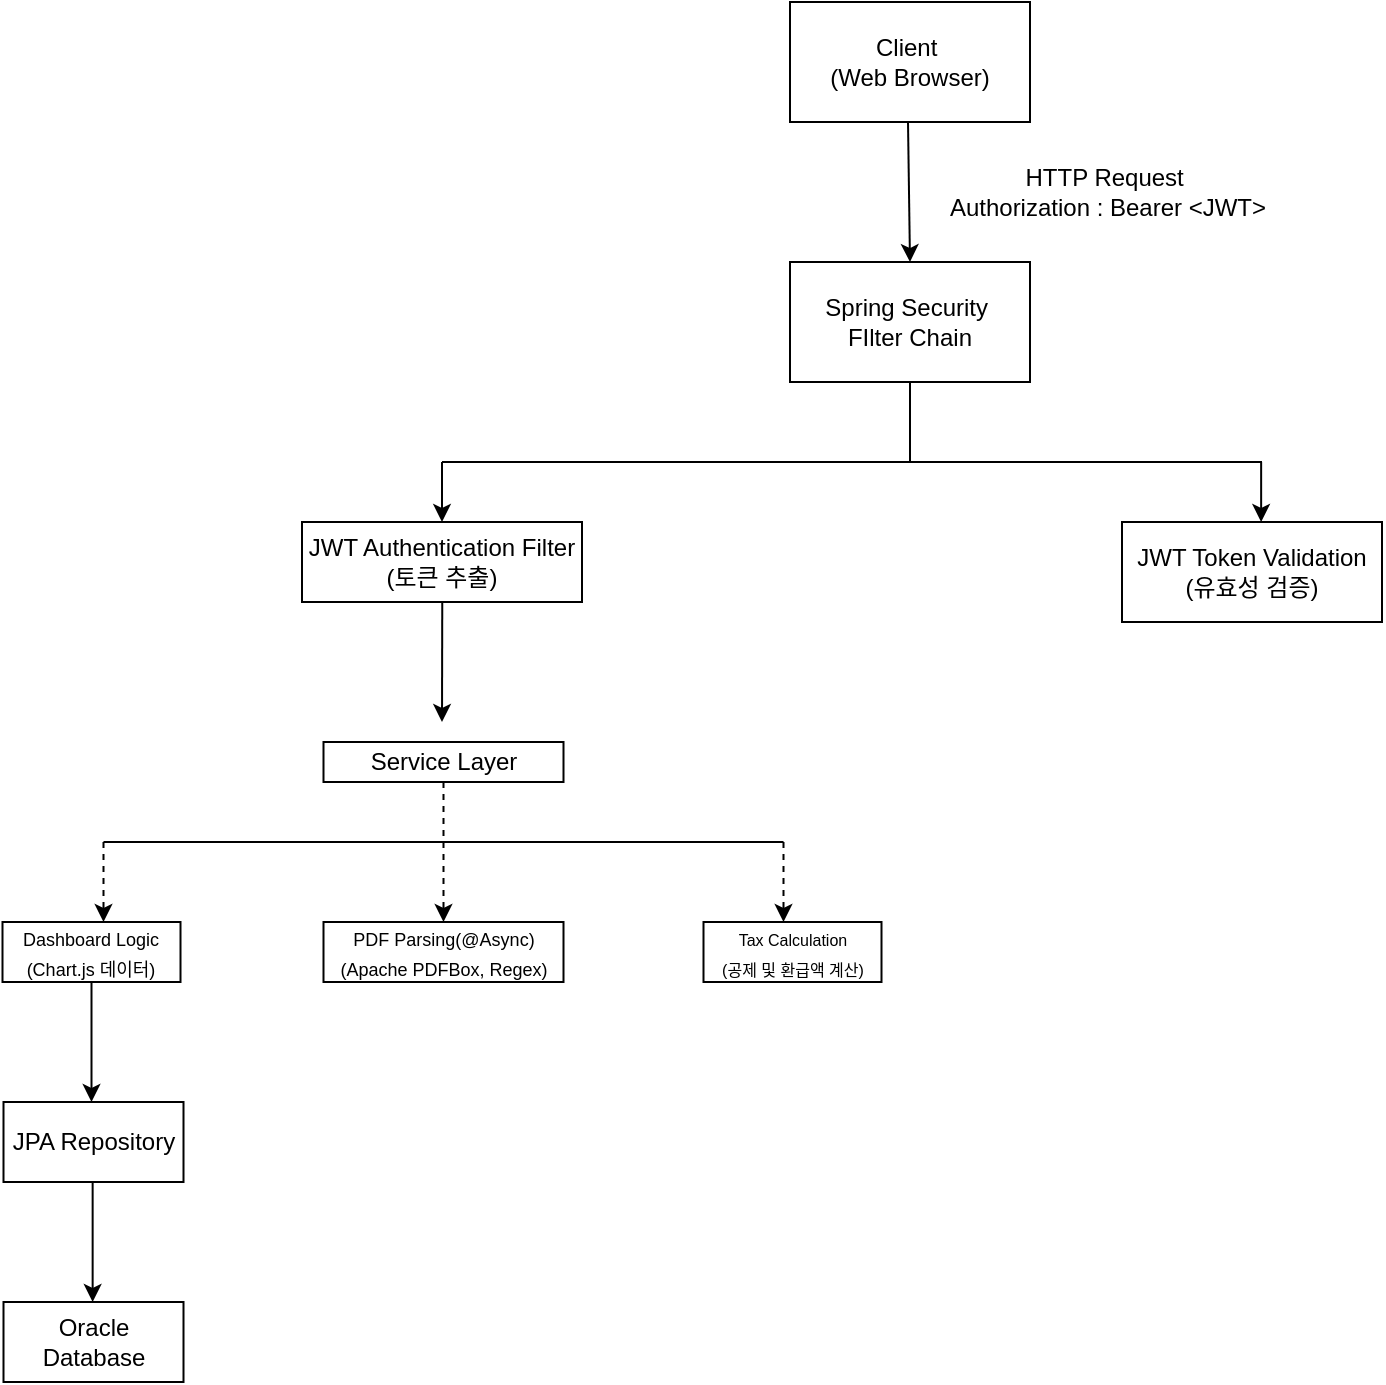
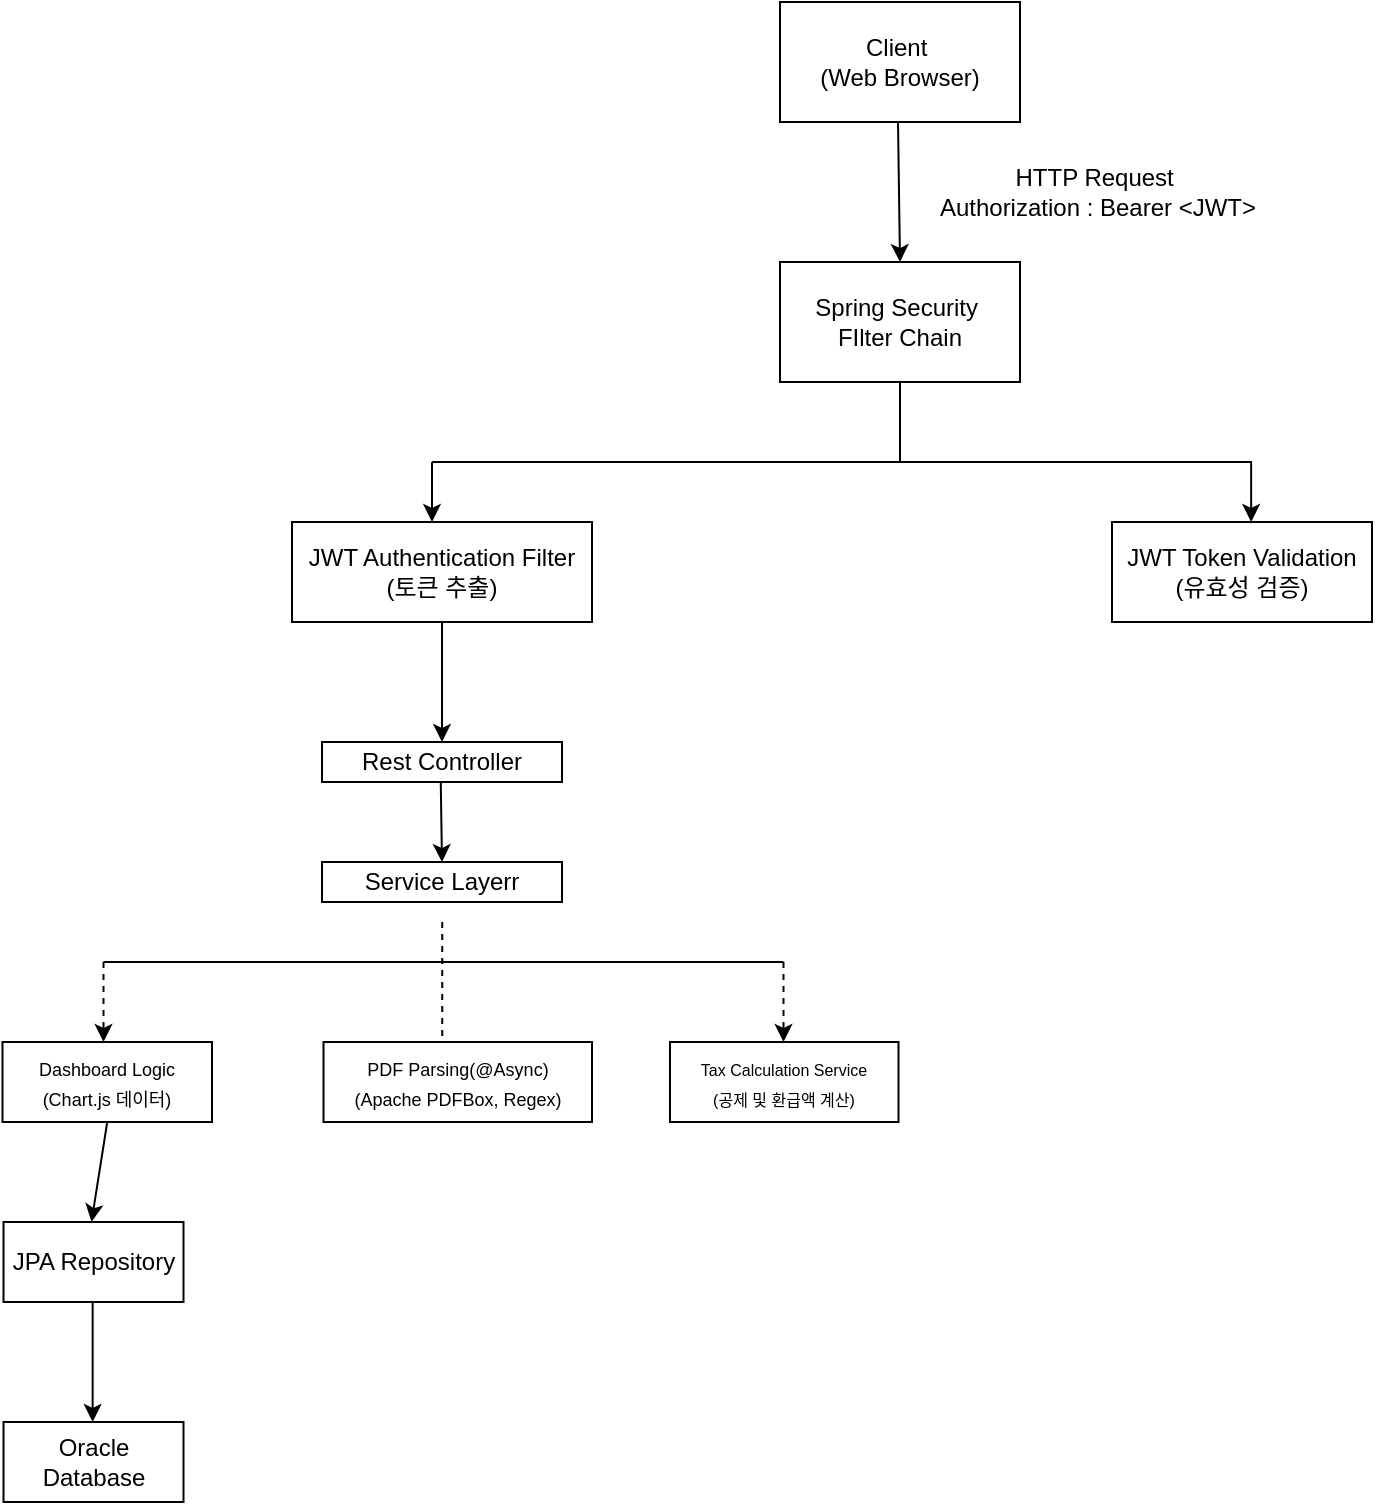
<mxfile host="app.diagrams.net" agent="Mozilla/5.0 (Windows NT 10.0; Win64; x64) AppleWebKit/537.36 (KHTML, like Gecko) Chrome/150.0.0.0 Safari/537.36" version="28.2.8">
  <diagram name="페이지-1" id="4kp-m6i04VOWGrunXJ56">
    <mxGraphModel dx="2130" dy="659" grid="1" gridSize="10" guides="1" tooltips="1" connect="1" arrows="1" fold="1" page="1" pageScale="1" pageWidth="827" pageHeight="1169" math="0" shadow="0">
      <root>
        <mxCell id="0" />
        <mxCell id="1" parent="0" />
        <mxCell id="VYmjPpiDpjrAah7BQ8Lu-1" value="Client&amp;nbsp;&lt;div&gt;(Web Browser)&lt;/div&gt;" style="rounded=0;whiteSpace=wrap;html=1;" parent="1" vertex="1">
          <mxGeometry x="354" y="20" width="120" height="60" as="geometry" />
        </mxCell>
        <mxCell id="wzky8q1Li_-igpvC3kRc-1" value="Spring Security&amp;nbsp;&lt;br&gt;FIlter Chain" style="rounded=0;whiteSpace=wrap;html=1;" vertex="1" parent="1">
          <mxGeometry x="354" y="150" width="120" height="60" as="geometry" />
        </mxCell>
        <mxCell id="wzky8q1Li_-igpvC3kRc-2" value="" style="endArrow=classic;html=1;rounded=0;entryX=0.5;entryY=0;entryDx=0;entryDy=0;" edge="1" parent="1" target="wzky8q1Li_-igpvC3kRc-1">
          <mxGeometry width="50" height="50" relative="1" as="geometry">
            <mxPoint x="413" y="80" as="sourcePoint" />
            <mxPoint x="463" y="30" as="targetPoint" />
          </mxGeometry>
        </mxCell>
        <mxCell id="wzky8q1Li_-igpvC3kRc-3" value="HTTP Request&amp;nbsp;&lt;div&gt;Authorization : Bearer &amp;lt;JWT&amp;gt;&lt;/div&gt;" style="text;html=1;whiteSpace=wrap;strokeColor=none;fillColor=none;align=center;verticalAlign=middle;rounded=0;" vertex="1" parent="1">
          <mxGeometry x="430" y="100" width="166" height="30" as="geometry" />
        </mxCell>
        <mxCell id="wzky8q1Li_-igpvC3kRc-5" value="" style="endArrow=none;html=1;rounded=0;entryX=0.5;entryY=1;entryDx=0;entryDy=0;" edge="1" parent="1" target="wzky8q1Li_-igpvC3kRc-1">
          <mxGeometry width="50" height="50" relative="1" as="geometry">
            <mxPoint x="414" y="250" as="sourcePoint" />
            <mxPoint x="460" y="240" as="targetPoint" />
          </mxGeometry>
        </mxCell>
        <mxCell id="wzky8q1Li_-igpvC3kRc-7" value="" style="endArrow=none;html=1;rounded=0;" edge="1" parent="1">
          <mxGeometry width="50" height="50" relative="1" as="geometry">
            <mxPoint x="180" y="250" as="sourcePoint" />
            <mxPoint x="590" y="250" as="targetPoint" />
          </mxGeometry>
        </mxCell>
        <mxCell id="wzky8q1Li_-igpvC3kRc-9" value="" style="endArrow=classic;html=1;rounded=0;" edge="1" parent="1">
          <mxGeometry width="50" height="50" relative="1" as="geometry">
            <mxPoint x="180" y="250" as="sourcePoint" />
            <mxPoint x="180" y="280" as="targetPoint" />
          </mxGeometry>
        </mxCell>
        <mxCell id="wzky8q1Li_-igpvC3kRc-10" value="JWT Authentication Filter&lt;div&gt;(토큰 추출)&lt;/div&gt;" style="rounded=0;whiteSpace=wrap;html=1;" vertex="1" parent="1">
-           <mxGeometry x="110" y="280" width="140" height="40" as="geometry" />
+           <mxGeometry x="110" y="280" width="150" height="50" as="geometry" />
        </mxCell>
        <mxCell id="wzky8q1Li_-igpvC3kRc-11" value="" style="endArrow=classic;html=1;rounded=0;" edge="1" parent="1">
          <mxGeometry width="50" height="50" relative="1" as="geometry">
            <mxPoint x="589.57" y="250" as="sourcePoint" />
            <mxPoint x="589.57" y="280" as="targetPoint" />
          </mxGeometry>
        </mxCell>
        <mxCell id="wzky8q1Li_-igpvC3kRc-12" value="JWT Token Validation&lt;div&gt;(유효성 검증)&lt;/div&gt;" style="rounded=0;whiteSpace=wrap;html=1;" vertex="1" parent="1">
          <mxGeometry x="520" y="280" width="130" height="50" as="geometry" />
        </mxCell>
-         <mxCell id="wzky8q1Li_-igpvC3kRc-13" value="" style="endArrow=classic;html=1;rounded=0;" edge="1" parent="1">
+         <mxCell id="wzky8q1Li_-igpvC3kRc-13" value="" style="endArrow=classic;html=1;rounded=0;exitX=0.5;exitY=1;exitDx=0;exitDy=0;entryX=0.5;entryY=0;entryDx=0;entryDy=0;" edge="1" parent="1" source="wzky8q1Li_-igpvC3kRc-10" target="wzky8q1Li_-igpvC3kRc-14">
          <mxGeometry width="50" height="50" relative="1" as="geometry">
-             <mxPoint x="180.13" y="320" as="sourcePoint" />
-             <mxPoint x="180" y="380" as="targetPoint" />
+             <mxPoint x="180" y="340" as="sourcePoint" />
+             <mxPoint x="185" y="380" as="targetPoint" />
          </mxGeometry>
        </mxCell>
-         <mxCell id="wzky8q1Li_-igpvC3kRc-14" value="Service Layer" style="rounded=0;whiteSpace=wrap;html=1;" vertex="1" parent="1">
-           <mxGeometry x="120.75" y="390" width="120" height="20" as="geometry" />
+         <mxCell id="wzky8q1Li_-igpvC3kRc-14" value="Rest Controller" style="rounded=0;whiteSpace=wrap;html=1;" vertex="1" parent="1">
+           <mxGeometry x="125" y="390" width="120" height="20" as="geometry" />
        </mxCell>
        <mxCell id="wzky8q1Li_-igpvC3kRc-16" value="" style="endArrow=classic;html=1;rounded=0;dashed=1;" edge="1" parent="1">
          <mxGeometry width="50" height="50" relative="1" as="geometry">
-             <mxPoint x="180.75" y="410" as="sourcePoint" />
-             <mxPoint x="180.75" y="480" as="targetPoint" />
+             <mxPoint x="185.13" y="480" as="sourcePoint" />
+             <mxPoint x="185.13" y="550" as="targetPoint" />
          </mxGeometry>
        </mxCell>
        <mxCell id="wzky8q1Li_-igpvC3kRc-17" value="" style="endArrow=none;html=1;rounded=0;" edge="1" parent="1">
          <mxGeometry width="50" height="50" relative="1" as="geometry">
-             <mxPoint x="10.75" y="440" as="sourcePoint" />
-             <mxPoint x="350.75" y="440" as="targetPoint" />
+             <mxPoint x="15.75" y="500" as="sourcePoint" />
+             <mxPoint x="355.75" y="500" as="targetPoint" />
          </mxGeometry>
        </mxCell>
        <mxCell id="wzky8q1Li_-igpvC3kRc-18" value="" style="endArrow=classic;html=1;rounded=0;dashed=1;" edge="1" parent="1">
          <mxGeometry width="50" height="50" relative="1" as="geometry">
-             <mxPoint x="10.75" y="440" as="sourcePoint" />
-             <mxPoint x="10.75" y="480" as="targetPoint" />
+             <mxPoint x="15.75" y="500" as="sourcePoint" />
+             <mxPoint x="15.75" y="540" as="targetPoint" />
          </mxGeometry>
        </mxCell>
        <mxCell id="wzky8q1Li_-igpvC3kRc-19" value="" style="endArrow=classic;html=1;rounded=0;dashed=1;" edge="1" parent="1">
          <mxGeometry width="50" height="50" relative="1" as="geometry">
-             <mxPoint x="350.75" y="440" as="sourcePoint" />
-             <mxPoint x="350.75" y="480" as="targetPoint" />
+             <mxPoint x="355.75" y="500" as="sourcePoint" />
+             <mxPoint x="355.75" y="540" as="targetPoint" />
          </mxGeometry>
        </mxCell>
        <mxCell id="wzky8q1Li_-igpvC3kRc-20" value="&lt;font style=&quot;font-size: 9px;&quot;&gt;Dashboard Logic&lt;/font&gt;&lt;div&gt;&lt;font style=&quot;font-size: 9px;&quot;&gt;(Chart.js 데이터)&lt;/font&gt;&lt;/div&gt;" style="rounded=0;whiteSpace=wrap;html=1;" vertex="1" parent="1">
-           <mxGeometry x="-39.75" y="480" width="89" height="30" as="geometry" />
+           <mxGeometry x="-34.75" y="540" width="104.75" height="40" as="geometry" />
        </mxCell>
        <mxCell id="wzky8q1Li_-igpvC3kRc-21" value="&lt;font style=&quot;font-size: 9px;&quot;&gt;PDF Parsing(@Async)&lt;/font&gt;&lt;div&gt;&lt;font style=&quot;font-size: 9px;&quot;&gt;(Apache PDFBox, Regex)&lt;/font&gt;&lt;/div&gt;" style="rounded=0;whiteSpace=wrap;html=1;" vertex="1" parent="1">
-           <mxGeometry x="120.75" y="480" width="120" height="30" as="geometry" />
+           <mxGeometry x="125.75" y="540" width="134.25" height="40" as="geometry" />
        </mxCell>
-         <mxCell id="wzky8q1Li_-igpvC3kRc-22" value="&lt;font style=&quot;font-size: 8px;&quot;&gt;Tax Calculation&lt;/font&gt;&lt;div&gt;&lt;font style=&quot;font-size: 8px;&quot;&gt;(공제 및 환급액 계산)&lt;/font&gt;&lt;/div&gt;" style="rounded=0;whiteSpace=wrap;html=1;" vertex="1" parent="1">
-           <mxGeometry x="310.75" y="480" width="89" height="30" as="geometry" />
+         <mxCell id="wzky8q1Li_-igpvC3kRc-22" value="&lt;font style=&quot;font-size: 8px;&quot;&gt;Tax Calculation Service&lt;/font&gt;&lt;div&gt;&lt;font style=&quot;font-size: 8px;&quot;&gt;(공제 및 환급액 계산)&lt;/font&gt;&lt;/div&gt;" style="rounded=0;whiteSpace=wrap;html=1;" vertex="1" parent="1">
+           <mxGeometry x="299" y="540" width="114.25" height="40" as="geometry" />
        </mxCell>
        <mxCell id="wzky8q1Li_-igpvC3kRc-23" value="" style="endArrow=classic;html=1;rounded=0;exitX=0.5;exitY=1;exitDx=0;exitDy=0;" edge="1" parent="1" source="wzky8q1Li_-igpvC3kRc-20">
          <mxGeometry width="50" height="50" relative="1" as="geometry">
-             <mxPoint x="-29.25" y="600" as="sourcePoint" />
-             <mxPoint x="4.75" y="570" as="targetPoint" />
+             <mxPoint x="-24.25" y="660" as="sourcePoint" />
+             <mxPoint x="9.75" y="630" as="targetPoint" />
            <Array as="points" />
          </mxGeometry>
        </mxCell>
        <mxCell id="wzky8q1Li_-igpvC3kRc-24" value="JPA Repository" style="rounded=0;whiteSpace=wrap;html=1;" vertex="1" parent="1">
-           <mxGeometry x="-39.25" y="570" width="90" height="40" as="geometry" />
+           <mxGeometry x="-34.25" y="630" width="90" height="40" as="geometry" />
        </mxCell>
        <mxCell id="wzky8q1Li_-igpvC3kRc-25" value="" style="endArrow=classic;html=1;rounded=0;exitX=0.5;exitY=1;exitDx=0;exitDy=0;" edge="1" parent="1">
          <mxGeometry width="50" height="50" relative="1" as="geometry">
-             <mxPoint x="5.319999999999993" y="610" as="sourcePoint" />
-             <mxPoint x="5.319999999999993" y="670" as="targetPoint" />
+             <mxPoint x="10.319999999999993" y="670" as="sourcePoint" />
+             <mxPoint x="10.319999999999993" y="730" as="targetPoint" />
            <Array as="points" />
          </mxGeometry>
        </mxCell>
        <mxCell id="wzky8q1Li_-igpvC3kRc-26" value="Oracle Database" style="rounded=0;whiteSpace=wrap;html=1;" vertex="1" parent="1">
-           <mxGeometry x="-39.25" y="670" width="90" height="40" as="geometry" />
+           <mxGeometry x="-34.25" y="730" width="90" height="40" as="geometry" />
+         </mxCell>
+         <mxCell id="wzky8q1Li_-igpvC3kRc-28" value="Service Layerr" style="rounded=0;whiteSpace=wrap;html=1;" vertex="1" parent="1">
+           <mxGeometry x="125" y="450" width="120" height="20" as="geometry" />
+         </mxCell>
+         <mxCell id="wzky8q1Li_-igpvC3kRc-29" value="" style="endArrow=classic;html=1;rounded=0;exitX=0.5;exitY=1;exitDx=0;exitDy=0;entryX=0.5;entryY=0;entryDx=0;entryDy=0;" edge="1" parent="1" target="wzky8q1Li_-igpvC3kRc-28">
+           <mxGeometry width="50" height="50" relative="1" as="geometry">
+             <mxPoint x="184.38" y="410" as="sourcePoint" />
+             <mxPoint x="184.38" y="470" as="targetPoint" />
+           </mxGeometry>
        </mxCell>
      </root>
    </mxGraphModel>
  </diagram>
</mxfile>
